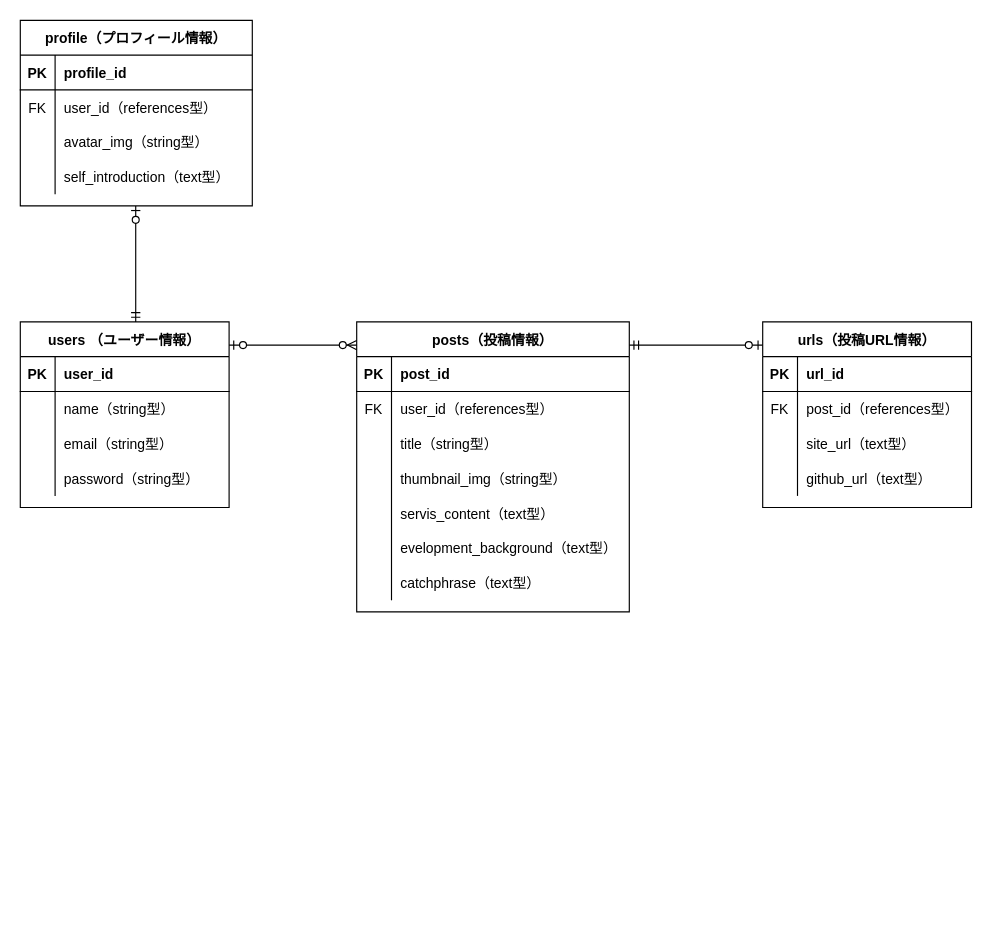
Earlier version of the draw.io diagram src/ER.dio (kuma-24/portfolios-museum). Source tidied: cells renumbered, new cells numbered last; positions are measured from the earlier drawing's top-left corner, leaving out a move shared by most shapes. Both pictures are drawn from the tidied source at 116%, with x=0, y=0 at pixel (20, 20).
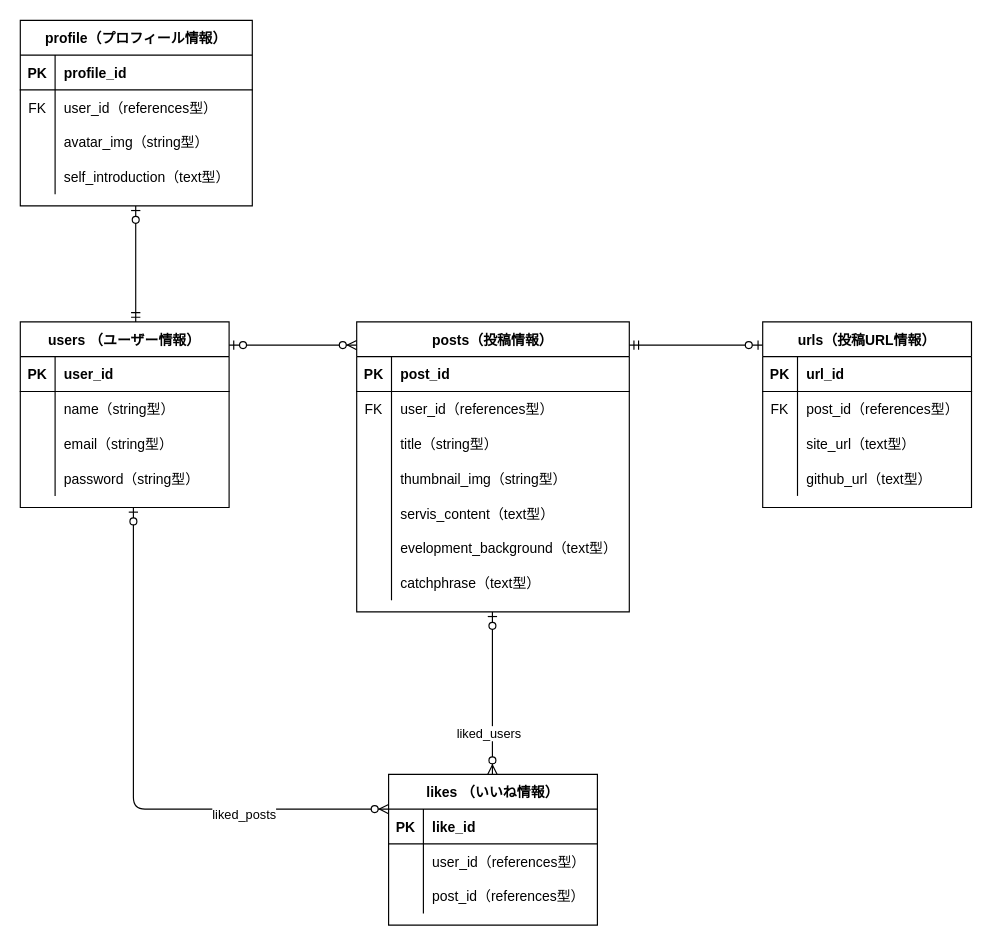
Above is the later version.

What changed in the source:
```diff
@@
+    <mxCell id="66" value="likes （いいね情報）" style="shape=table;startSize=30;childLayout=tableLayout;rowLines=0;fontStyle=1;align=center;" parent="1" vertex="1">
+      <mxGeometry x="317.5" y="650" width="180" height="130" as="geometry" />
+    </mxCell>
+    <mxCell id="67" style="shape=partialRectangle;fillColor=none;top=0;left=0;bottom=1;right=0;" parent="66" vertex="1">
+      <mxGeometry y="30" width="180" height="30" as="geometry" />
+    </mxCell>
+    <mxCell id="68" value="PK" style="shape=partialRectangle;fillColor=none;top=0;left=0;bottom=0;right=0;fontStyle=1;overflow=hidden;" parent="67" vertex="1">
+      <mxGeometry width="30" height="30" as="geometry" />
+    </mxCell>
+    <mxCell id="69" value="like_id" style="shape=partialRectangle;fillColor=none;top=0;left=0;bottom=0;right=0;align=left;spacingLeft=6;fontStyle=1;overflow=hidden;" parent="67" vertex="1">
+      <mxGeometry x="30" width="150" height="30" as="geometry" />
+    </mxCell>
+    <mxCell id="70" style="shape=partialRectangle;fillColor=none;top=0;left=0;bottom=0;right=0;" parent="66" vertex="1">
+      <mxGeometry y="60" width="180" height="30" as="geometry" />
+    </mxCell>
+    <mxCell id="71" style="shape=partialRectangle;fillColor=none;top=0;left=0;bottom=0;right=0;overflow=hidden;" parent="70" vertex="1">
+      <mxGeometry width="30" height="30" as="geometry" />
+    </mxCell>
+    <mxCell id="72" value="user_id（references型）" style="shape=partialRectangle;fillColor=none;top=0;left=0;bottom=0;right=0;align=left;spacingLeft=6;overflow=hidden;" parent="70" vertex="1">
+      <mxGeometry x="30" width="150" height="30" as="geometry" />
+    </mxCell>
+    <mxCell id="73" style="shape=partialRectangle;fillColor=none;top=0;left=0;bottom=0;right=0;" parent="66" vertex="1">
+      <mxGeometry y="90" width="180" height="30" as="geometry" />
+    </mxCell>
+    <mxCell id="74" style="shape=partialRectangle;fillColor=none;top=0;left=0;bottom=0;right=0;overflow=hidden;" parent="73" vertex="1">
+      <mxGeometry width="30" height="30" as="geometry" />
+    </mxCell>
+    <mxCell id="75" value="post_id（references型）" style="shape=partialRectangle;fillColor=none;top=0;left=0;bottom=0;right=0;align=left;spacingLeft=6;overflow=hidden;" parent="73" vertex="1">
+      <mxGeometry x="30" width="150" height="30" as="geometry" />
+    </mxCell>
+    <mxCell id="76" style="fontSize=12;html=1;endArrow=ERzeroToMany;startArrow=ERzeroToOne;" parent="1" edge="1">
+      <mxGeometry relative="1" as="geometry">
+        <mxPoint x="97.5" y="420" as="sourcePoint" />
+        <mxPoint x="317.5" y="680" as="targetPoint" />
+        <Array as="points">
+          <mxPoint x="97.5" y="680" />
+        </Array>
+      </mxGeometry>
+    </mxCell>
+    <mxCell id="77" value="liked_posts" style="edgeLabel;html=1;align=center;verticalAlign=middle;" parent="76" vertex="1">
+      <mxGeometry x="0.48" y="-4" relative="1" as="geometry" />
+    </mxCell>
+    <mxCell id="78" style="fontSize=12;html=1;endArrow=ERzeroToMany;startArrow=ERzeroToOne;" parent="1" edge="1">
+      <mxGeometry relative="1" as="geometry">
+        <mxPoint x="407" y="510" as="sourcePoint" />
+        <mxPoint x="407" y="650" as="targetPoint" />
+        <Array as="points">
+          <mxPoint x="407" y="520" />
+          <mxPoint x="407" y="600" />
+        </Array>
+      </mxGeometry>
+    </mxCell>
+    <mxCell id="79" value="liked_users" style="edgeLabel;html=1;align=center;verticalAlign=middle;" parent="78" vertex="1">
+      <mxGeometry x="0.48" y="-4" relative="1" as="geometry" />
+    </mxCell>
```
